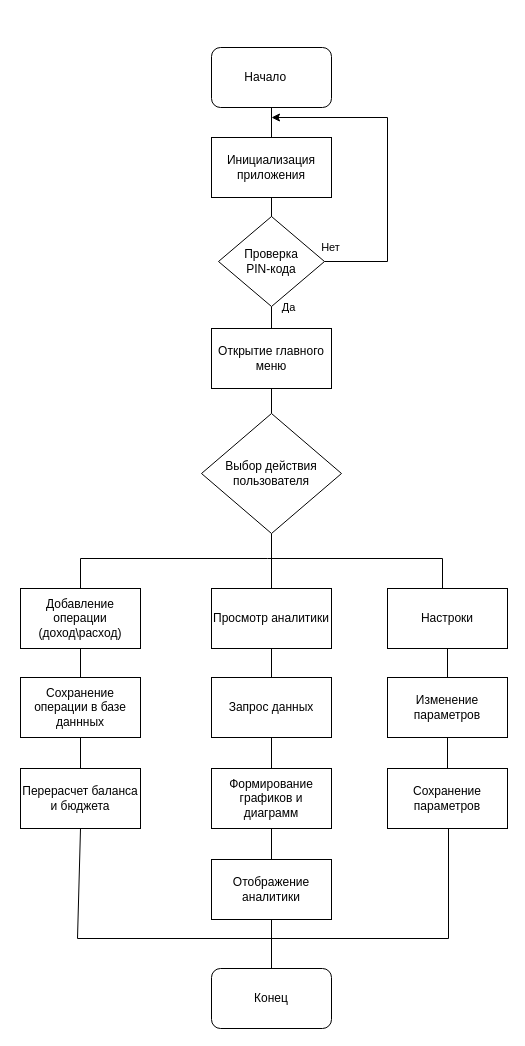
Earlier version of the draw.io diagram диаграммы/основное алгортим1.drawio (nastyatomchuk/diplom). Source tidied: cells renumbered, new cells numbered last; positions are measured from the earlier drawing's top-left corner, leaving out a move shared by most shapes. Both pictures are drawn from the tidied source at 100%, with x=0, y=0 at pixel (20, 47).
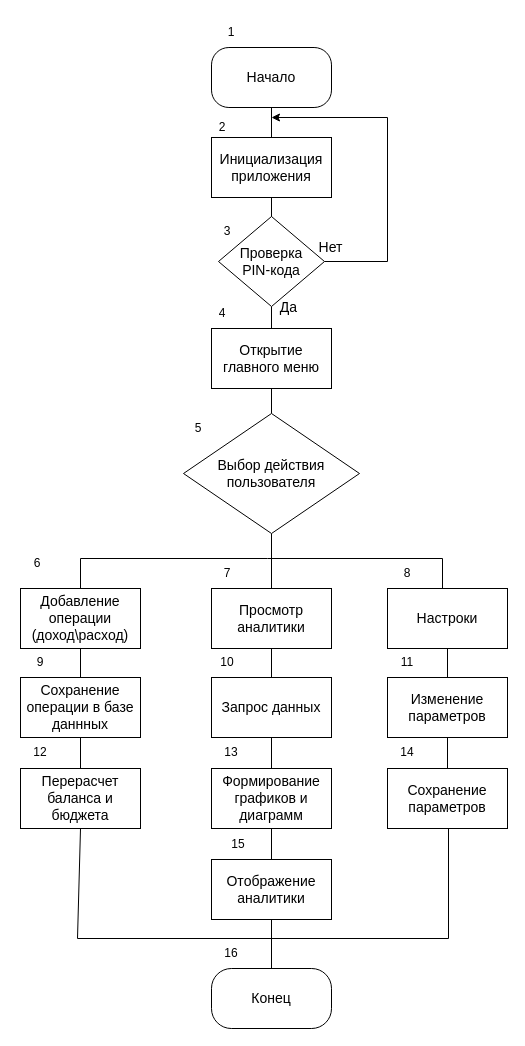
Above is the later version.

What changed in the source:
```diff
@@
-    <mxCell id="2" style="edgeStyle=orthogonalEdgeStyle;rounded=0;jettySize=auto;html=1;endArrow=none;endFill=0;" parent="1" edge="1" source="3" target="6">
+    <mxCell id="2" style="edgeStyle=orthogonalEdgeStyle;rounded=0;jettySize=auto;html=1;endArrow=none;endFill=0;fontSize=14;" parent="1" edge="1" source="3" target="6">
       <mxGeometry relative="1" as="geometry" />
     </mxCell>
-    <mxCell id="3" value="Начало&amp;nbsp;&lt;span style=&quot;white-space: pre;&quot;&gt;&#9;&lt;/span&gt;" style="rounded=1;whiteSpace=wrap;html=1;" parent="1" vertex="1">
+    <mxCell id="3" value="Начало" style="rounded=1;whiteSpace=wrap;html=1;fontSize=14;arcSize=29;" parent="1" vertex="1">
       <mxGeometry x="191" width="120" height="60" as="geometry" />
     </mxCell>
-    <mxCell id="4" value="Конец" style="rounded=1;whiteSpace=wrap;html=1;" parent="1" vertex="1">
+    <mxCell id="4" value="Конец" style="rounded=1;whiteSpace=wrap;html=1;fontSize=14;arcSize=33;" parent="1" vertex="1">
       <mxGeometry x="191" y="921" width="120" height="60" as="geometry" />
     </mxCell>
-    <mxCell id="5" style="edgeStyle=orthogonalEdgeStyle;rounded=0;jettySize=auto;html=1;endArrow=none;endFill=0;" parent="1" edge="1" source="6" target="27">
+    <mxCell id="5" style="edgeStyle=orthogonalEdgeStyle;rounded=0;jettySize=auto;html=1;endArrow=none;endFill=0;fontSize=14;" parent="1" edge="1" source="6" target="27">
       <mxGeometry relative="1" as="geometry" />
     </mxCell>
-    <mxCell id="6" value="Инициализация приложения" style="rounded=0;whiteSpace=wrap;html=1;" parent="1" vertex="1">
+    <mxCell id="6" value="Инициализация приложения" style="rounded=0;whiteSpace=wrap;html=1;fontSize=14;" parent="1" vertex="1">
       <mxGeometry x="191" y="90" width="120" height="60" as="geometry" />
     </mxCell>
-    <mxCell id="7" style="edgeStyle=orthogonalEdgeStyle;rounded=0;jettySize=auto;html=1;endArrow=none;endFill=0;" parent="1" edge="1" source="8" target="29">
+    <mxCell id="7" style="edgeStyle=orthogonalEdgeStyle;rounded=0;jettySize=auto;html=1;endArrow=none;endFill=0;fontSize=14;" parent="1" edge="1" source="8" target="29">
       <mxGeometry relative="1" as="geometry" />
     </mxCell>
-    <mxCell id="8" value="Открытие главного меню" style="rounded=0;whiteSpace=wrap;html=1;" parent="1" vertex="1">
+    <mxCell id="8" value="Открытие главного меню" style="rounded=0;whiteSpace=wrap;html=1;fontSize=14;" parent="1" vertex="1">
       <mxGeometry x="191" y="281" width="120" height="60" as="geometry" />
     </mxCell>
-    <mxCell id="9" style="edgeStyle=orthogonalEdgeStyle;rounded=0;jettySize=auto;html=1;endArrow=none;endFill=0;" parent="1" edge="1" source="10" target="19">
+    <mxCell id="9" style="edgeStyle=orthogonalEdgeStyle;rounded=0;jettySize=auto;html=1;endArrow=none;endFill=0;fontSize=14;" parent="1" edge="1" source="10" target="19">
       <mxGeometry relative="1" as="geometry" />
     </mxCell>
-    <mxCell id="10" value="Просмотр аналитики" style="rounded=0;whiteSpace=wrap;html=1;" parent="1" vertex="1">
+    <mxCell id="10" value="Просмотр аналитики" style="rounded=0;whiteSpace=wrap;html=1;fontSize=14;" parent="1" vertex="1">
       <mxGeometry x="191" y="541" width="120" height="60" as="geometry" />
     </mxCell>
-    <mxCell id="11" style="edgeStyle=orthogonalEdgeStyle;rounded=0;jettySize=auto;html=1;endArrow=none;endFill=0;" parent="1" edge="1" source="12" target="37">
+    <mxCell id="11" style="edgeStyle=orthogonalEdgeStyle;rounded=0;jettySize=auto;html=1;endArrow=none;endFill=0;fontSize=14;" parent="1" edge="1" source="12" target="37">
       <mxGeometry relative="1" as="geometry" />
     </mxCell>
-    <mxCell id="12" value="Настроки" style="rounded=0;whiteSpace=wrap;html=1;" parent="1" vertex="1">
+    <mxCell id="12" value="Настроки" style="rounded=0;whiteSpace=wrap;html=1;fontSize=14;" parent="1" vertex="1">
       <mxGeometry x="367" y="541" width="120" height="60" as="geometry" />
     </mxCell>
-    <mxCell id="13" style="edgeStyle=orthogonalEdgeStyle;rounded=0;jettySize=auto;html=1;endArrow=none;endFill=0;" parent="1" edge="1" source="14" target="16">
+    <mxCell id="13" style="edgeStyle=orthogonalEdgeStyle;rounded=0;jettySize=auto;html=1;endArrow=none;endFill=0;fontSize=14;" parent="1" edge="1" source="14" target="16">
       <mxGeometry relative="1" as="geometry" />
     </mxCell>
-    <mxCell id="14" value="Добавление операции&lt;div&gt;(доход\расход)&lt;/div&gt;" style="rounded=0;whiteSpace=wrap;html=1;" parent="1" vertex="1">
+    <mxCell id="14" value="Добавление операции&lt;div&gt;(доход\расход)&lt;/div&gt;" style="rounded=0;whiteSpace=wrap;html=1;fontSize=14;" parent="1" vertex="1">
       <mxGeometry y="541" width="120" height="60" as="geometry" />
     </mxCell>
-    <mxCell id="15" style="edgeStyle=orthogonalEdgeStyle;rounded=0;jettySize=auto;html=1;endArrow=none;endFill=0;" parent="1" edge="1" source="16" target="17">
+    <mxCell id="15" style="edgeStyle=orthogonalEdgeStyle;rounded=0;jettySize=auto;html=1;endArrow=none;endFill=0;fontSize=14;" parent="1" edge="1" source="16" target="17">
       <mxGeometry relative="1" as="geometry" />
     </mxCell>
-    <mxCell id="16" value="Сохранение операции в базе даннных" style="rounded=0;whiteSpace=wrap;html=1;" parent="1" vertex="1">
+    <mxCell id="16" value="Сохранение операции в базе даннных" style="rounded=0;whiteSpace=wrap;html=1;fontSize=14;" parent="1" vertex="1">
       <mxGeometry y="630" width="120" height="60" as="geometry" />
     </mxCell>
-    <mxCell id="17" value="Перерасчет баланса и бюджета" style="rounded=0;whiteSpace=wrap;html=1;" parent="1" vertex="1">
+    <mxCell id="17" value="Перерасчет баланса и бюджета" style="rounded=0;whiteSpace=wrap;html=1;fontSize=14;" parent="1" vertex="1">
       <mxGeometry y="721" width="120" height="60" as="geometry" />
     </mxCell>
-    <mxCell id="18" style="edgeStyle=orthogonalEdgeStyle;rounded=0;jettySize=auto;html=1;endArrow=none;endFill=0;" parent="1" edge="1" source="19" target="21">
+    <mxCell id="18" style="edgeStyle=orthogonalEdgeStyle;rounded=0;jettySize=auto;html=1;endArrow=none;endFill=0;fontSize=14;" parent="1" edge="1" source="19" target="21">
       <mxGeometry relative="1" as="geometry" />
     </mxCell>
-    <mxCell id="19" value="Запрос данных" style="rounded=0;whiteSpace=wrap;html=1;" parent="1" vertex="1">
+    <mxCell id="19" value="Запрос данных" style="rounded=0;whiteSpace=wrap;html=1;fontSize=14;" parent="1" vertex="1">
       <mxGeometry x="191" y="630" width="120" height="60" as="geometry" />
     </mxCell>
-    <mxCell id="20" style="edgeStyle=orthogonalEdgeStyle;rounded=0;jettySize=auto;html=1;endArrow=none;endFill=0;" parent="1" edge="1" source="21" target="24">
+    <mxCell id="20" style="edgeStyle=orthogonalEdgeStyle;rounded=0;jettySize=auto;html=1;endArrow=none;endFill=0;fontSize=14;" parent="1" edge="1" source="21" target="24">
       <mxGeometry relative="1" as="geometry" />
     </mxCell>
-    <mxCell id="21" value="Формирование графиков и диаграмм" style="rounded=0;whiteSpace=wrap;html=1;" parent="1" vertex="1">
+    <mxCell id="21" value="Формирование графиков и диаграмм" style="rounded=0;whiteSpace=wrap;html=1;fontSize=14;" parent="1" vertex="1">
       <mxGeometry x="191" y="721" width="120" height="60" as="geometry" />
     </mxCell>
-    <mxCell id="22" value="Сохранение параметров" style="rounded=0;whiteSpace=wrap;html=1;" parent="1" vertex="1">
+    <mxCell id="22" value="Сохранение параметров" style="rounded=0;whiteSpace=wrap;html=1;fontSize=14;" parent="1" vertex="1">
       <mxGeometry x="367" y="721" width="120" height="60" as="geometry" />
     </mxCell>
-    <mxCell id="23" style="edgeStyle=orthogonalEdgeStyle;rounded=0;jettySize=auto;html=1;endArrow=none;endFill=0;" parent="1" edge="1" source="24" target="4">
+    <mxCell id="23" style="edgeStyle=orthogonalEdgeStyle;rounded=0;jettySize=auto;html=1;endArrow=none;endFill=0;fontSize=14;" parent="1" edge="1" source="24" target="4">
       <mxGeometry relative="1" as="geometry" />
     </mxCell>
-    <mxCell id="24" value="Отображение аналитики" style="rounded=0;whiteSpace=wrap;html=1;" parent="1" vertex="1">
+    <mxCell id="24" value="Отображение аналитики" style="rounded=0;whiteSpace=wrap;html=1;fontSize=14;" parent="1" vertex="1">
       <mxGeometry x="191" y="812" width="120" height="60" as="geometry" />
     </mxCell>
-    <mxCell id="25" style="edgeStyle=orthogonalEdgeStyle;rounded=0;jettySize=auto;html=1;endArrow=none;endFill=0;" parent="1" edge="1" source="27" target="8">
+    <mxCell id="25" style="edgeStyle=orthogonalEdgeStyle;rounded=0;jettySize=auto;html=1;endArrow=none;endFill=0;fontSize=14;" parent="1" edge="1" source="27" target="8">
       <mxGeometry relative="1" as="geometry" />
     </mxCell>
-    <mxCell id="26" value="Да" style="edgeLabel;html=1;align=center;verticalAlign=middle;" parent="25" vertex="1">
+    <mxCell id="26" value="Да" style="edgeLabel;html=1;align=center;verticalAlign=middle;fontSize=14;" parent="25" vertex="1">
       <mxGeometry x="0.53" y="1" relative="1" as="geometry">
         <mxPoint x="15" y="-8" as="offset" />
       </mxGeometry>
     </mxCell>
-    <mxCell id="27" value="Проверка&lt;div&gt;PIN-кода&lt;/div&gt;" style="rhombus;whiteSpace=wrap;html=1;" parent="1" vertex="1">
+    <mxCell id="27" value="Проверка&lt;div&gt;PIN-кода&lt;/div&gt;" style="rhombus;whiteSpace=wrap;html=1;fontSize=14;" parent="1" vertex="1">
       <mxGeometry x="198" y="169" width="106" height="90" as="geometry" />
     </mxCell>
-    <mxCell id="28" style="edgeStyle=orthogonalEdgeStyle;rounded=0;jettySize=auto;html=1;endArrow=none;endFill=0;" parent="1" edge="1" source="29" target="10">
+    <mxCell id="28" style="edgeStyle=orthogonalEdgeStyle;rounded=0;jettySize=auto;html=1;endArrow=none;endFill=0;fontSize=14;" parent="1" edge="1" source="29" target="10">
       <mxGeometry relative="1" as="geometry" />
     </mxCell>
-    <mxCell id="29" value="Выбор действия пользователя" style="rhombus;whiteSpace=wrap;html=1;" parent="1" vertex="1">
-      <mxGeometry x="181" y="366" width="140" height="120" as="geometry" />
+    <mxCell id="29" value="Выбор действия пользователя" style="rhombus;whiteSpace=wrap;html=1;fontSize=14;" parent="1" vertex="1">
+      <mxGeometry x="163" y="366" width="176" height="120" as="geometry" />
     </mxCell>
-    <mxCell id="30" style="endArrow=none;html=1;rounded=0;exitX=0.5;exitY=1;exitDx=0;exitDy=0;endFill=0;" parent="1" edge="1">
+    <mxCell id="30" style="endArrow=none;html=1;rounded=0;exitX=0.5;exitY=1;exitDx=0;exitDy=0;endFill=0;fontSize=14;" parent="1" edge="1">
       <mxGeometry relative="1" as="geometry">
         <mxPoint x="60" y="781" as="sourcePoint" />
         <mxPoint x="257" y="891" as="targetPoint" />
         <Array as="points">
           <mxPoint x="57" y="891" />
         </Array>
       </mxGeometry>
     </mxCell>
-    <mxCell id="31" style="endArrow=none;html=1;rounded=0;exitX=0.5;exitY=1;exitDx=0;exitDy=0;endFill=0;strokeColor=default;" parent="1" edge="1">
+    <mxCell id="31" style="endArrow=none;html=1;rounded=0;exitX=0.5;exitY=1;exitDx=0;exitDy=0;endFill=0;strokeColor=default;fontSize=14;" parent="1" edge="1">
       <mxGeometry relative="1" as="geometry">
         <mxPoint x="428" y="781" as="sourcePoint" />
         <mxPoint x="251" y="891" as="targetPoint" />
         <Array as="points">
           <mxPoint x="428" y="891" />
         </Array>
       </mxGeometry>
     </mxCell>
-    <mxCell id="32" style="endArrow=none;html=1;rounded=0;entryX=0.5;entryY=0;entryDx=0;entryDy=0;endFill=0;" parent="1" edge="1">
+    <mxCell id="32" style="endArrow=none;html=1;rounded=0;entryX=0.5;entryY=0;entryDx=0;entryDy=0;endFill=0;fontSize=14;" parent="1" edge="1">
       <mxGeometry relative="1" as="geometry">
         <mxPoint x="247" y="511" as="sourcePoint" />
         <mxPoint x="60" y="541" as="targetPoint" />
         <Array as="points">
           <mxPoint x="60" y="511" />
         </Array>
       </mxGeometry>
     </mxCell>
-    <mxCell id="33" style="endArrow=none;html=1;rounded=0;entryX=0.5;entryY=0;entryDx=0;entryDy=0;endFill=0;" parent="1" edge="1">
+    <mxCell id="33" style="endArrow=none;html=1;rounded=0;entryX=0.5;entryY=0;entryDx=0;entryDy=0;endFill=0;fontSize=14;" parent="1" edge="1">
       <mxGeometry relative="1" as="geometry">
         <mxPoint x="247" y="511" as="sourcePoint" />
         <mxPoint x="422" y="541" as="targetPoint" />
         <Array as="points">
           <mxPoint x="422" y="511" />
         </Array>
       </mxGeometry>
     </mxCell>
-    <mxCell id="34" style="endArrow=classic;html=1;rounded=0;exitX=1;exitY=0.5;exitDx=0;exitDy=0;" parent="1" edge="1" source="27">
+    <mxCell id="34" style="endArrow=classic;html=1;rounded=0;exitX=1;exitY=0.5;exitDx=0;exitDy=0;fontSize=14;" parent="1" edge="1" source="27">
       <mxGeometry relative="1" as="geometry">
         <mxPoint x="251" y="70" as="targetPoint" />
         <Array as="points">
           <mxPoint x="367" y="214" />
           <mxPoint x="367" y="70" />
         </Array>
       </mxGeometry>
     </mxCell>
-    <mxCell id="35" value="Нет" style="edgeLabel;html=1;align=center;verticalAlign=middle;" parent="34" vertex="1">
+    <mxCell id="35" value="Нет" style="edgeLabel;html=1;align=center;verticalAlign=middle;fontSize=14;" parent="34" vertex="1">
       <mxGeometry x="-0.73" y="-1" relative="1" as="geometry">
         <mxPoint x="-39" y="-16" as="offset" />
       </mxGeometry>
     </mxCell>
-    <mxCell id="36" style="edgeStyle=orthogonalEdgeStyle;rounded=0;jettySize=auto;html=1;endArrow=none;endFill=0;" parent="1" edge="1" source="37" target="22">
+    <mxCell id="36" style="edgeStyle=orthogonalEdgeStyle;rounded=0;jettySize=auto;html=1;endArrow=none;endFill=0;fontSize=14;" parent="1" edge="1" source="37" target="22">
       <mxGeometry relative="1" as="geometry" />
     </mxCell>
-    <mxCell id="37" value="Изменение параметров" style="rounded=0;whiteSpace=wrap;html=1;" parent="1" vertex="1">
+    <mxCell id="37" value="Изменение параметров" style="rounded=0;whiteSpace=wrap;html=1;fontSize=14;" parent="1" vertex="1">
       <mxGeometry x="367" y="630" width="120" height="60" as="geometry" />
     </mxCell>
+    <mxCell id="38" value="1" style="text;html=1;whiteSpace=wrap;strokeColor=none;fillColor=none;align=center;verticalAlign=middle;rounded=0;" parent="1" vertex="1">
+      <mxGeometry x="191" y="-30" width="40" height="30" as="geometry" />
+    </mxCell>
+    <mxCell id="39" value="2" style="text;html=1;whiteSpace=wrap;strokeColor=none;fillColor=none;align=center;verticalAlign=middle;rounded=0;" parent="1" vertex="1">
+      <mxGeometry x="182" y="65" width="40" height="30" as="geometry" />
+    </mxCell>
+    <mxCell id="40" value="3" style="text;html=1;whiteSpace=wrap;strokeColor=none;fillColor=none;align=center;verticalAlign=middle;rounded=0;" parent="1" vertex="1">
+      <mxGeometry x="187" y="169" width="40" height="30" as="geometry" />
+    </mxCell>
+    <mxCell id="41" value="4" style="text;html=1;whiteSpace=wrap;strokeColor=none;fillColor=none;align=center;verticalAlign=middle;rounded=0;" parent="1" vertex="1">
+      <mxGeometry x="182" y="251" width="40" height="30" as="geometry" />
+    </mxCell>
+    <mxCell id="42" value="5" style="text;html=1;whiteSpace=wrap;strokeColor=none;fillColor=none;align=center;verticalAlign=middle;rounded=0;" parent="1" vertex="1">
+      <mxGeometry x="158" y="366" width="40" height="30" as="geometry" />
+    </mxCell>
+    <mxCell id="43" value="6" style="text;html=1;whiteSpace=wrap;strokeColor=none;fillColor=none;align=center;verticalAlign=middle;rounded=0;" parent="1" vertex="1">
+      <mxGeometry x="-3" y="501" width="40" height="30" as="geometry" />
+    </mxCell>
+    <mxCell id="44" value="7" style="text;html=1;whiteSpace=wrap;strokeColor=none;fillColor=none;align=center;verticalAlign=middle;rounded=0;" parent="1" vertex="1">
+      <mxGeometry x="187" y="511" width="40" height="30" as="geometry" />
+    </mxCell>
+    <mxCell id="45" value="8" style="text;html=1;whiteSpace=wrap;strokeColor=none;fillColor=none;align=center;verticalAlign=middle;rounded=0;" parent="1" vertex="1">
+      <mxGeometry x="367" y="511" width="40" height="30" as="geometry" />
+    </mxCell>
+    <mxCell id="46" value="9" style="text;html=1;whiteSpace=wrap;strokeColor=none;fillColor=none;align=center;verticalAlign=middle;rounded=0;" parent="1" vertex="1">
+      <mxGeometry y="600" width="40" height="30" as="geometry" />
+    </mxCell>
+    <mxCell id="47" value="10" style="text;html=1;whiteSpace=wrap;strokeColor=none;fillColor=none;align=center;verticalAlign=middle;rounded=0;" parent="1" vertex="1">
+      <mxGeometry x="187" y="600" width="40" height="30" as="geometry" />
+    </mxCell>
+    <mxCell id="48" value="11" style="text;html=1;whiteSpace=wrap;strokeColor=none;fillColor=none;align=center;verticalAlign=middle;rounded=0;" parent="1" vertex="1">
+      <mxGeometry x="367" y="600" width="40" height="30" as="geometry" />
+    </mxCell>
+    <mxCell id="49" value="12" style="text;html=1;whiteSpace=wrap;strokeColor=none;fillColor=none;align=center;verticalAlign=middle;rounded=0;" parent="1" vertex="1">
+      <mxGeometry y="690" width="40" height="30" as="geometry" />
+    </mxCell>
+    <mxCell id="50" value="13" style="text;html=1;whiteSpace=wrap;strokeColor=none;fillColor=none;align=center;verticalAlign=middle;rounded=0;" parent="1" vertex="1">
+      <mxGeometry x="191" y="690" width="40" height="30" as="geometry" />
+    </mxCell>
+    <mxCell id="51" value="14" style="text;html=1;whiteSpace=wrap;strokeColor=none;fillColor=none;align=center;verticalAlign=middle;rounded=0;" parent="1" vertex="1">
+      <mxGeometry x="367" y="690" width="40" height="30" as="geometry" />
+    </mxCell>
+    <mxCell id="52" value="15" style="text;html=1;whiteSpace=wrap;strokeColor=none;fillColor=none;align=center;verticalAlign=middle;rounded=0;" parent="1" vertex="1">
+      <mxGeometry x="198" y="782" width="40" height="30" as="geometry" />
+    </mxCell>
+    <mxCell id="53" value="16" style="text;html=1;whiteSpace=wrap;strokeColor=none;fillColor=none;align=center;verticalAlign=middle;rounded=0;" parent="1" vertex="1">
+      <mxGeometry x="191" y="891" width="40" height="30" as="geometry" />
+    </mxCell>
```
